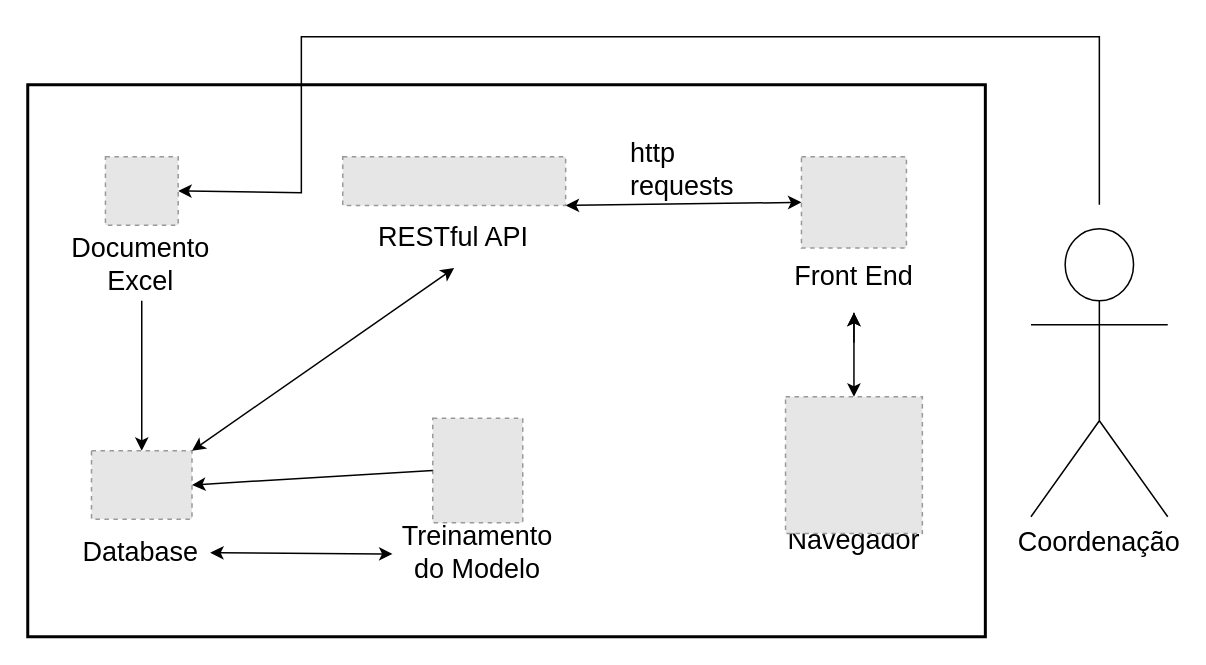
The draw.io diagram docs/imagens/rich_picture.drawio in ResidenciaTICBrisa/Edutech, before the edit. Source tidied: cells renumbered, new cells numbered last; positions are measured from the earlier drawing's top-left corner, leaving out a move shared by most shapes. Both pictures are drawn from the tidied source at 150%, with x=0, y=0 at pixel (27, 36). Pictures stored in the file or linked from it are replaced by grey dashed boxes.
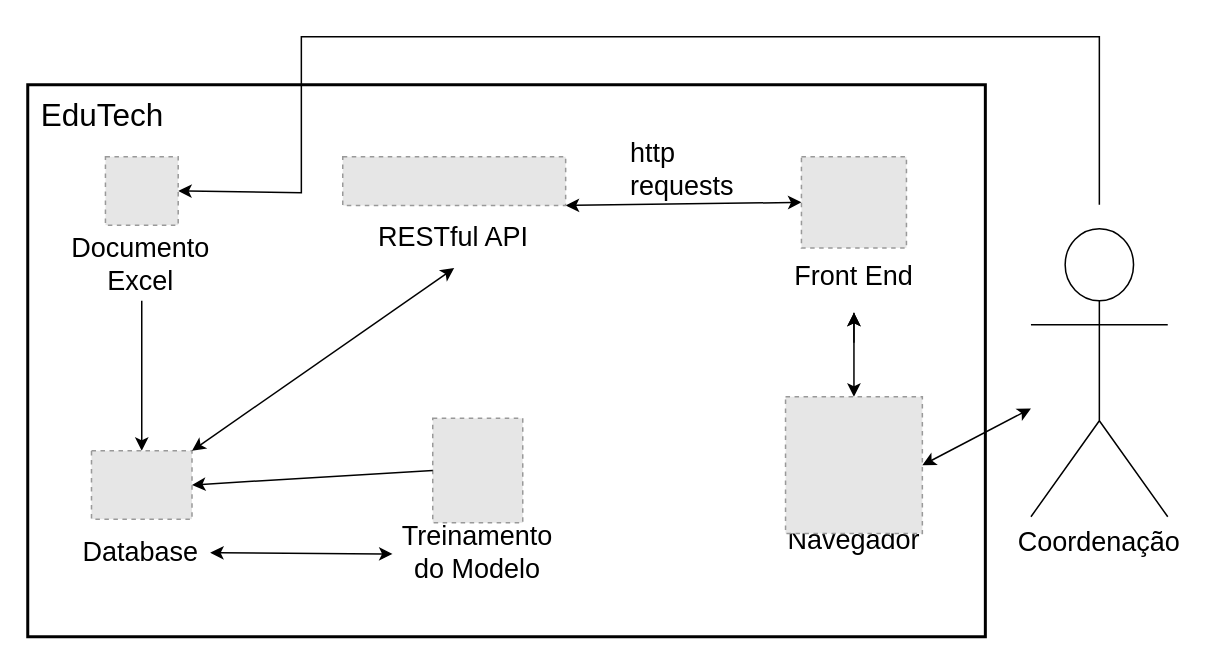
The same diagram, later.

Commit message (it also covers changes not shown here):
Corrige image do rich picture

The change refers to these unchanged cells:
```xml
<mxCell id="6" value="Coordenação" style="shape=umlActor;verticalLabelPosition=bottom;verticalAlign=top;html=1;outlineConnect=0;fontSize=18;" parent="1" vertex="1">
  <mxGeometry x="668.8" y="128" width="91.2" height="192" as="geometry" />
</mxCell>
<mxCell id="11" style="fillColor=#E6E6E6;strokeColor=#999999;dashed=1;verticalLabelPosition=bottom;labelBackgroundColor=default;verticalAlign=top;" parent="9" vertex="1">
  <mxGeometry x="7.6" width="91.2" height="91.2" as="geometry" />
</mxCell>
```

Change to the diagram source:
```diff
@@
+    <mxCell id="29" value="EduTech" style="text;html=1;strokeColor=none;fillColor=none;align=center;verticalAlign=middle;whiteSpace=wrap;rounded=0;fontSize=21;" parent="1" vertex="1">
+      <mxGeometry y="32" width="100" height="40" as="geometry" />
+    </mxCell>
+    <mxCell id="30" style="endArrow=classic;startArrow=classic;html=1;rounded=0;entryX=1;entryY=0.5;entryDx=0;entryDy=0;" parent="1" edge="1" source="6" target="11">
+      <mxGeometry relative="1" as="geometry" />
+    </mxCell>
```
